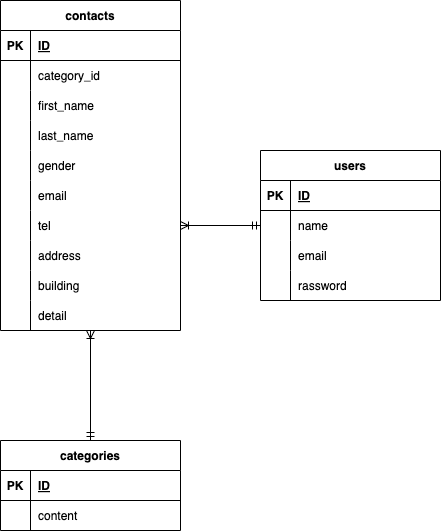
taniguchilindakiyomi/test-form keeps this draw.io diagram as .png. Above is the earlier version. Source tidied: cells renumbered, new cells last; positions are measured from the earlier drawing's top-left corner, leaving out a move shared by most shapes.
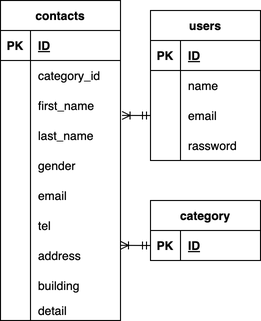
Later version of the same file.

Commit message:
ER図画像 ファイルの追加

Diff of the diagram source:
```diff
@@ -1,165 +1,156 @@
-<mxGraphModel background="#ffffff">
+<mxGraphModel background="#FFFFFF">
   <root>
     <mxCell id="0" />
     <mxCell id="1" parent="0" />
     <mxCell id="2" value="contacts" style="shape=table;startSize=30;rowLines=0;fontStyle=1;align=center;" parent="1" vertex="1">
-      <mxGeometry width="180" height="330" as="geometry" />
+      <mxGeometry x="20" width="120" height="320" as="geometry" />
     </mxCell>
     <mxCell id="3" style="shape=tableRow;horizontal=0;startSize=0;swimlaneHead=0;swimlaneBody=0;fillColor=none;top=0;left=0;right=0;bottom=1;" parent="2" vertex="1">
-      <mxGeometry y="30" width="180" height="30" as="geometry" />
+      <mxGeometry y="30" width="120" height="30" as="geometry" />
     </mxCell>
     <mxCell id="4" value="PK" style="shape=partialRectangle;fillColor=none;top=0;left=0;bottom=0;right=0;fontStyle=1;overflow=hidden;" parent="3" vertex="1">
       <mxGeometry width="30" height="30" as="geometry" />
     </mxCell>
     <mxCell id="5" value="ID" style="shape=partialRectangle;fillColor=none;top=0;left=0;bottom=0;right=0;align=left;spacingLeft=6;fontStyle=5;overflow=hidden;" parent="3" vertex="1">
-      <mxGeometry x="30" width="150" height="30" as="geometry" />
+      <mxGeometry x="30" width="90" height="30" as="geometry" />
     </mxCell>
     <mxCell id="6" style="shape=tableRow;horizontal=0;startSize=0;swimlaneHead=0;swimlaneBody=0;fillColor=none;top=0;left=0;right=0;bottom=0;" parent="2" vertex="1">
-      <mxGeometry y="60" width="180" height="30" as="geometry" />
+      <mxGeometry y="60" width="120" height="30" as="geometry" />
     </mxCell>
     <mxCell id="7" style="shape=partialRectangle;fillColor=none;top=0;left=0;bottom=0;right=0;overflow=hidden;" parent="6" vertex="1">
       <mxGeometry width="30" height="30" as="geometry" />
     </mxCell>
     <mxCell id="8" value="category_id" style="shape=partialRectangle;fillColor=none;top=0;left=0;bottom=0;right=0;align=left;spacingLeft=6;overflow=hidden;" parent="6" vertex="1">
-      <mxGeometry x="30" width="150" height="30" as="geometry" />
+      <mxGeometry x="30" width="90" height="30" as="geometry" />
     </mxCell>
     <mxCell id="9" style="shape=tableRow;horizontal=0;startSize=0;swimlaneHead=0;swimlaneBody=0;fillColor=none;points=[[0,0.5],[1,0.5]];portConstraint=eastwest;top=0;left=0;right=0;bottom=0;" parent="2" vertex="1">
-      <mxGeometry y="90" width="180" height="30" as="geometry" />
+      <mxGeometry y="90" width="120" height="30" as="geometry" />
     </mxCell>
     <mxCell id="10" style="shape=partialRectangle;fillColor=none;top=0;left=0;bottom=0;right=0;overflow=hidden;" parent="9" vertex="1">
       <mxGeometry width="30" height="30" as="geometry" />
     </mxCell>
     <mxCell id="11" value="first_name" style="shape=partialRectangle;fillColor=none;top=0;left=0;bottom=0;right=0;align=left;spacingLeft=6;overflow=hidden;" parent="9" vertex="1">
-      <mxGeometry x="30" width="150" height="30" as="geometry" />
+      <mxGeometry x="30" width="90" height="30" as="geometry" />
     </mxCell>
     <mxCell id="12" style="shape=tableRow;horizontal=0;startSize=0;swimlaneHead=0;swimlaneBody=0;fillColor=none;top=0;left=0;right=0;bottom=0;" parent="2" vertex="1">
-      <mxGeometry y="120" width="180" height="30" as="geometry" />
+      <mxGeometry y="120" width="120" height="30" as="geometry" />
     </mxCell>
     <mxCell id="13" style="shape=partialRectangle;fillColor=none;top=0;left=0;bottom=0;right=0;overflow=hidden;" parent="12" vertex="1">
       <mxGeometry width="30" height="30" as="geometry" />
     </mxCell>
     <mxCell id="14" value="last_name" style="shape=partialRectangle;fillColor=none;top=0;left=0;bottom=0;right=0;align=left;spacingLeft=6;overflow=hidden;" parent="12" vertex="1">
-      <mxGeometry x="30" width="150" height="30" as="geometry" />
+      <mxGeometry x="30" width="90" height="30" as="geometry" />
     </mxCell>
     <mxCell id="15" style="shape=tableRow;horizontal=0;startSize=0;swimlaneHead=0;swimlaneBody=0;fillColor=none;top=0;left=0;right=0;bottom=0;" parent="2" vertex="1">
-      <mxGeometry y="150" width="180" height="30" as="geometry" />
+      <mxGeometry y="150" width="120" height="30" as="geometry" />
     </mxCell>
     <mxCell id="16" style="shape=partialRectangle;fillColor=none;top=0;left=0;bottom=0;right=0;overflow=hidden;" parent="15" vertex="1">
       <mxGeometry width="30" height="30" as="geometry" />
     </mxCell>
     <mxCell id="17" value="gender" style="shape=partialRectangle;fillColor=none;top=0;left=0;bottom=0;right=0;align=left;spacingLeft=6;overflow=hidden;" parent="15" vertex="1">
-      <mxGeometry x="30" width="150" height="30" as="geometry" />
+      <mxGeometry x="30" width="90" height="30" as="geometry" />
     </mxCell>
     <mxCell id="18" style="shape=tableRow;horizontal=0;startSize=0;swimlaneHead=0;swimlaneBody=0;fillColor=none;top=0;left=0;right=0;bottom=0;" parent="2" vertex="1">
-      <mxGeometry y="180" width="180" height="30" as="geometry" />
+      <mxGeometry y="180" width="120" height="30" as="geometry" />
     </mxCell>
     <mxCell id="19" style="shape=partialRectangle;fillColor=none;top=0;left=0;bottom=0;right=0;overflow=hidden;" parent="18" vertex="1">
       <mxGeometry width="30" height="30" as="geometry" />
     </mxCell>
     <mxCell id="20" value="email" style="shape=partialRectangle;fillColor=none;top=0;left=0;bottom=0;right=0;align=left;spacingLeft=6;overflow=hidden;" parent="18" vertex="1">
-      <mxGeometry x="30" width="150" height="30" as="geometry" />
+      <mxGeometry x="30" width="90" height="30" as="geometry" />
     </mxCell>
     <mxCell id="21" style="shape=tableRow;horizontal=0;startSize=0;swimlaneHead=0;swimlaneBody=0;fillColor=none;points=[[0,0.5],[1,0.5]];portConstraint=eastwest;top=0;left=0;right=0;bottom=0;" parent="2" vertex="1">
-      <mxGeometry y="210" width="180" height="30" as="geometry" />
+      <mxGeometry y="210" width="120" height="30" as="geometry" />
     </mxCell>
     <mxCell id="22" style="shape=partialRectangle;fillColor=none;top=0;left=0;bottom=0;right=0;overflow=hidden;" parent="21" vertex="1">
       <mxGeometry width="30" height="30" as="geometry" />
     </mxCell>
     <mxCell id="23" value="tel" style="shape=partialRectangle;fillColor=none;top=0;left=0;bottom=0;right=0;align=left;spacingLeft=6;overflow=hidden;" parent="21" vertex="1">
-      <mxGeometry x="30" width="150" height="30" as="geometry" />
+      <mxGeometry x="30" width="90" height="30" as="geometry" />
     </mxCell>
     <mxCell id="24" style="shape=tableRow;horizontal=0;startSize=0;swimlaneHead=0;swimlaneBody=0;fillColor=none;points=[[0,0.5],[1,0.5]];portConstraint=eastwest;top=0;left=0;right=0;bottom=0;" parent="2" vertex="1">
-      <mxGeometry y="240" width="180" height="30" as="geometry" />
+      <mxGeometry y="240" width="120" height="30" as="geometry" />
     </mxCell>
     <mxCell id="25" style="shape=partialRectangle;fillColor=none;top=0;left=0;bottom=0;right=0;overflow=hidden;" parent="24" vertex="1">
       <mxGeometry width="30" height="30" as="geometry" />
     </mxCell>
     <mxCell id="26" value="address" style="shape=partialRectangle;fillColor=none;top=0;left=0;bottom=0;right=0;align=left;spacingLeft=6;overflow=hidden;" parent="24" vertex="1">
-      <mxGeometry x="30" width="150" height="30" as="geometry" />
+      <mxGeometry x="30" width="90" height="30" as="geometry" />
     </mxCell>
     <mxCell id="27" style="shape=tableRow;horizontal=0;startSize=0;swimlaneHead=0;swimlaneBody=0;fillColor=none;top=0;left=0;right=0;bottom=0;" parent="2" vertex="1">
-      <mxGeometry y="270" width="180" height="30" as="geometry" />
+      <mxGeometry y="270" width="120" height="30" as="geometry" />
     </mxCell>
     <mxCell id="28" style="shape=partialRectangle;fillColor=none;top=0;left=0;bottom=0;right=0;overflow=hidden;" parent="27" vertex="1">
       <mxGeometry width="30" height="30" as="geometry" />
     </mxCell>
     <mxCell id="29" value="building" style="shape=partialRectangle;fillColor=none;top=0;left=0;bottom=0;right=0;align=left;spacingLeft=6;overflow=hidden;" parent="27" vertex="1">
-      <mxGeometry x="30" width="150" height="30" as="geometry" />
+      <mxGeometry x="30" width="90" height="30" as="geometry" />
     </mxCell>
     <mxCell id="30" style="shape=tableRow;horizontal=0;startSize=0;swimlaneHead=0;swimlaneBody=0;fillColor=none;points=[[0,0.5],[1,0.5]];portConstraint=eastwest;top=0;left=0;right=0;bottom=0;" parent="2" vertex="1">
-      <mxGeometry y="300" width="180" height="30" as="geometry" />
+      <mxGeometry y="300" width="120" height="20" as="geometry" />
     </mxCell>
     <mxCell id="31" style="shape=partialRectangle;fillColor=none;top=0;left=0;bottom=0;right=0;overflow=hidden;" parent="30" vertex="1">
-      <mxGeometry width="30" height="30" as="geometry" />
+      <mxGeometry width="30" height="20" as="geometry" />
     </mxCell>
     <mxCell id="32" value="detail" style="shape=partialRectangle;fillColor=none;top=0;left=0;bottom=0;right=0;align=left;spacingLeft=6;overflow=hidden;" parent="30" vertex="1">
-      <mxGeometry x="30" width="150" height="30" as="geometry" />
+      <mxGeometry x="30" width="90" height="20" as="geometry" />
     </mxCell>
-    <mxCell id="33" style="edgeStyle=none;html=1;exitX=0.5;exitY=0;exitDx=0;exitDy=0;startArrow=ERmandOne;startFill=0;endArrow=ERoneToMany;endFill=0;entryX=0.5;entryY=1;entryDx=0;entryDy=0;entryPerimeter=0;" parent="1" edge="1" source="34" target="30">
-      <mxGeometry relative="1" as="geometry" />
-    </mxCell>
-    <mxCell id="34" value="categories" style="shape=table;startSize=30;rowLines=0;fontStyle=1;align=center;" parent="1" vertex="1">
-      <mxGeometry y="440" width="180" height="90" as="geometry" />
-    </mxCell>
-    <mxCell id="35" style="shape=tableRow;horizontal=0;startSize=0;swimlaneHead=0;swimlaneBody=0;fillColor=none;top=0;left=0;right=0;bottom=1;" parent="34" vertex="1">
-      <mxGeometry y="30" width="180" height="30" as="geometry" />
-    </mxCell>
-    <mxCell id="36" value="PK" style="shape=partialRectangle;fillColor=none;top=0;left=0;bottom=0;right=0;fontStyle=1;overflow=hidden;" parent="35" vertex="1">
-      <mxGeometry width="30" height="30" as="geometry" />
-    </mxCell>
-    <mxCell id="37" value="ID" style="shape=partialRectangle;fillColor=none;top=0;left=0;bottom=0;right=0;align=left;spacingLeft=6;fontStyle=5;overflow=hidden;" parent="35" vertex="1">
-      <mxGeometry x="30" width="150" height="30" as="geometry" />
-    </mxCell>
-    <mxCell id="38" style="shape=tableRow;horizontal=0;startSize=0;swimlaneHead=0;swimlaneBody=0;fillColor=none;top=0;left=0;right=0;bottom=0;" parent="34" vertex="1">
-      <mxGeometry y="60" width="180" height="30" as="geometry" />
-    </mxCell>
-    <mxCell id="39" style="shape=partialRectangle;fillColor=none;top=0;left=0;bottom=0;right=0;overflow=hidden;" parent="38" vertex="1">
-      <mxGeometry width="30" height="30" as="geometry" />
-    </mxCell>
-    <mxCell id="40" value="content" style="shape=partialRectangle;fillColor=none;top=0;left=0;bottom=0;right=0;align=left;spacingLeft=6;overflow=hidden;" parent="38" vertex="1">
-      <mxGeometry x="30" width="150" height="30" as="geometry" />
-    </mxCell>
     <mxCell id="41" value="users" style="shape=table;startSize=30;rowLines=0;fontStyle=1;align=center;" parent="1" vertex="1">
-      <mxGeometry x="260" y="150" width="180" height="150" as="geometry" />
+      <mxGeometry x="170" y="10" width="110" height="150" as="geometry" />
     </mxCell>
     <mxCell id="42" style="shape=tableRow;horizontal=0;startSize=0;swimlaneHead=0;swimlaneBody=0;fillColor=none;top=0;left=0;right=0;bottom=1;" parent="41" vertex="1">
-      <mxGeometry y="30" width="180" height="30" as="geometry" />
+      <mxGeometry y="30" width="110" height="30" as="geometry" />
     </mxCell>
     <mxCell id="43" value="PK" style="shape=partialRectangle;fillColor=none;top=0;left=0;bottom=0;right=0;fontStyle=1;overflow=hidden;" parent="42" vertex="1">
       <mxGeometry width="30" height="30" as="geometry" />
     </mxCell>
     <mxCell id="44" value="ID" style="shape=partialRectangle;fillColor=none;top=0;left=0;bottom=0;right=0;align=left;spacingLeft=6;fontStyle=5;overflow=hidden;" parent="42" vertex="1">
-      <mxGeometry x="30" width="150" height="30" as="geometry" />
+      <mxGeometry x="30" width="80" height="30" as="geometry" />
     </mxCell>
     <mxCell id="45" style="shape=tableRow;horizontal=0;startSize=0;swimlaneHead=0;swimlaneBody=0;fillColor=none;points=[[0,0.5],[1,0.5]];portConstraint=eastwest;top=0;left=0;right=0;bottom=0;" parent="41" vertex="1">
-      <mxGeometry y="60" width="180" height="30" as="geometry" />
+      <mxGeometry y="60" width="110" height="30" as="geometry" />
     </mxCell>
     <mxCell id="46" style="shape=partialRectangle;fillColor=none;top=0;left=0;bottom=0;right=0;overflow=hidden;" parent="45" vertex="1">
       <mxGeometry width="30" height="30" as="geometry" />
     </mxCell>
     <mxCell id="47" value="name" style="shape=partialRectangle;fillColor=none;top=0;left=0;bottom=0;right=0;align=left;spacingLeft=6;overflow=hidden;" parent="45" vertex="1">
-      <mxGeometry x="30" width="150" height="30" as="geometry" />
+      <mxGeometry x="30" width="80" height="30" as="geometry" />
     </mxCell>
     <mxCell id="48" style="shape=tableRow;horizontal=0;startSize=0;swimlaneHead=0;swimlaneBody=0;fillColor=none;points=[[0,0.5],[1,0.5]];portConstraint=eastwest;top=0;left=0;right=0;bottom=0;" parent="41" vertex="1">
-      <mxGeometry y="90" width="180" height="30" as="geometry" />
+      <mxGeometry y="90" width="110" height="30" as="geometry" />
     </mxCell>
     <mxCell id="49" style="shape=partialRectangle;fillColor=none;top=0;left=0;bottom=0;right=0;overflow=hidden;" parent="48" vertex="1">
       <mxGeometry width="30" height="30" as="geometry" />
     </mxCell>
     <mxCell id="50" value="email" style="shape=partialRectangle;fillColor=none;top=0;left=0;bottom=0;right=0;align=left;spacingLeft=6;overflow=hidden;" parent="48" vertex="1">
-      <mxGeometry x="30" width="150" height="30" as="geometry" />
+      <mxGeometry x="30" width="80" height="30" as="geometry" />
     </mxCell>
     <mxCell id="51" style="shape=tableRow;horizontal=0;startSize=0;swimlaneHead=0;swimlaneBody=0;fillColor=none;top=0;left=0;right=0;bottom=0;" parent="41" vertex="1">
-      <mxGeometry y="120" width="180" height="30" as="geometry" />
+      <mxGeometry y="120" width="110" height="30" as="geometry" />
     </mxCell>
     <mxCell id="52" style="shape=partialRectangle;fillColor=none;top=0;left=0;bottom=0;right=0;overflow=hidden;" parent="51" vertex="1">
       <mxGeometry width="30" height="30" as="geometry" />
     </mxCell>
     <mxCell id="53" value="rassword" style="shape=partialRectangle;fillColor=none;top=0;left=0;bottom=0;right=0;align=left;spacingLeft=6;overflow=hidden;" parent="51" vertex="1">
-      <mxGeometry x="30" width="150" height="30" as="geometry" />
+      <mxGeometry x="30" width="80" height="30" as="geometry" />
     </mxCell>
-    <mxCell id="54" style="edgeStyle=none;html=1;exitX=0;exitY=0.5;exitDx=0;exitDy=0;startArrow=ERmandOne;startFill=0;endArrow=ERoneToMany;endFill=0;entryX=1;entryY=0.5;entryDx=0;entryDy=0;" parent="1" edge="1" source="45" target="21">
-      <mxGeometry relative="1" as="geometry" />
-    </mxCell>
+    <mxCell id="55" value="category" style="shape=table;startSize=30;rowLines=0;fontStyle=1;align=center;" parent="1" vertex="1">
+      <mxGeometry x="170" y="200" width="110" height="60" as="geometry" />
+    </mxCell>
+    <mxCell id="56" style="shape=tableRow;horizontal=0;startSize=0;swimlaneHead=0;swimlaneBody=0;fillColor=none;points=[[0,0.5],[1,0.5]];portConstraint=eastwest;top=0;left=0;right=0;bottom=1;" parent="55" vertex="1">
+      <mxGeometry y="30" width="110" height="30" as="geometry" />
+    </mxCell>
+    <mxCell id="36" value="PK" style="shape=partialRectangle;fillColor=none;top=0;left=0;bottom=0;right=0;fontStyle=1;overflow=hidden;" parent="56" vertex="1">
+      <mxGeometry width="30" height="30" as="geometry" />
+    </mxCell>
+    <mxCell id="37" value="ID" style="shape=partialRectangle;fillColor=none;top=0;left=0;bottom=0;right=0;align=left;spacingLeft=6;fontStyle=5;overflow=hidden;" parent="56" vertex="1">
+      <mxGeometry x="30" width="80" height="30" as="geometry" />
+    </mxCell>
+    <mxCell id="57" style="edgeStyle=none;html=1;exitX=0;exitY=0.5;exitDx=0;exitDy=0;entryX=1.013;entryY=0.831;entryDx=0;entryDy=0;entryPerimeter=0;startArrow=ERmandOne;startFill=0;endArrow=ERoneToMany;endFill=0;" parent="1" edge="1" source="48" target="9">
+      <mxGeometry relative="1" as="geometry" />
+    </mxCell>
+    <mxCell id="58" style="edgeStyle=none;html=1;exitX=0;exitY=0.5;exitDx=0;exitDy=0;entryX=1;entryY=0.162;entryDx=0;entryDy=0;entryPerimeter=0;startArrow=ERmandOne;startFill=0;endArrow=ERoneToMany;endFill=0;" parent="1" edge="1" source="56" target="24">
+      <mxGeometry relative="1" as="geometry" />
+    </mxCell>
   </root>
 </mxGraphModel>
```
